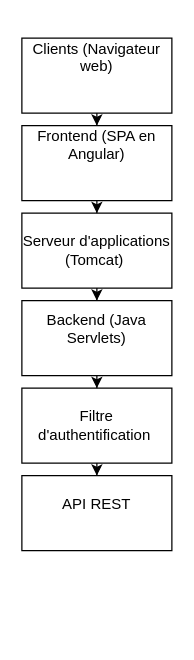
Earlier version of the draw.io diagram Shchema-technique-fonctionnel.drawio (Thibisault/Projet-8-diagrammes). Source tidied: cells renumbered, new cells numbered last; positions are measured from the earlier drawing's top-left corner, leaving out a move shared by most shapes. Both pictures are drawn from the tidied source at 125%, with x=0, y=0 at pixel (21, 38).
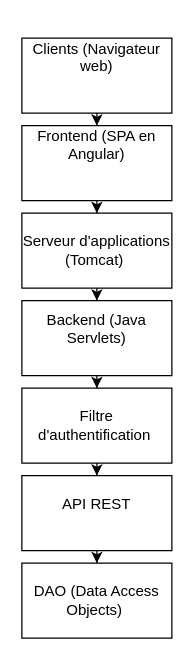
The same diagram, later.

Commit message (it also covers changes not shown here):
Mettre à jour Shchema-technique-fonctionnel.drawio

Diff of the diagram source:
```diff
@@
 <mxGraphModel>
   <root>
     <mxCell id="0" />
     <mxCell id="1" parent="0" />
     <mxCell id="2" style="edgeStyle=orthogonalEdgeStyle;rounded=0;jettySize=auto;html=1;exitX=0.5;exitY=1;exitDx=0;exitDy=0;" parent="1" edge="1" source="3" target="5">
       <mxGeometry relative="1" as="geometry" />
     </mxCell>
     <mxCell id="3" value="&#10;Clients (Navigateur web)&#10;&#10;&#10;" style="whiteSpace=wrap;html=1;" parent="1" vertex="1">
       <mxGeometry width="120" height="60" as="geometry" />
     </mxCell>
     <mxCell id="4" style="edgeStyle=orthogonalEdgeStyle;rounded=0;jettySize=auto;html=1;" parent="1" edge="1" source="5" target="7">
       <mxGeometry relative="1" as="geometry" />
     </mxCell>
     <mxCell id="5" value="&#10;Frontend (SPA en Angular)&#10;&#10;&#10;" style="whiteSpace=wrap;html=1;" parent="1" vertex="1">
       <mxGeometry y="70" width="120" height="60" as="geometry" />
     </mxCell>
     <mxCell id="6" style="edgeStyle=orthogonalEdgeStyle;rounded=0;jettySize=auto;html=1;" parent="1" edge="1" source="7" target="9">
       <mxGeometry relative="1" as="geometry" />
     </mxCell>
     <mxCell id="7" value="Serveur d'applications (Tomcat)&amp;nbsp;" style="whiteSpace=wrap;html=1;" parent="1" vertex="1">
       <mxGeometry y="140" width="120" height="60" as="geometry" />
     </mxCell>
     <mxCell id="8" style="edgeStyle=orthogonalEdgeStyle;rounded=0;jettySize=auto;html=1;" parent="1" edge="1" source="9" target="11">
       <mxGeometry relative="1" as="geometry" />
     </mxCell>
     <mxCell id="9" value="Backend (Java Servlets)&lt;div&gt;&lt;br/&gt;&lt;/div&gt;" style="whiteSpace=wrap;html=1;" parent="1" vertex="1">
       <mxGeometry y="210" width="120" height="60" as="geometry" />
     </mxCell>
     <mxCell id="10" style="edgeStyle=orthogonalEdgeStyle;rounded=0;jettySize=auto;html=1;" parent="1" edge="1" source="11" target="12">
       <mxGeometry relative="1" as="geometry" />
     </mxCell>
     <mxCell id="11" value="&lt;div&gt;Filtre d'authentification&amp;nbsp;&lt;br&gt;&lt;/div&gt;" style="whiteSpace=wrap;html=1;" parent="1" vertex="1">
       <mxGeometry y="280" width="120" height="60" as="geometry" />
     </mxCell>
+    <mxCell id="13" style="edgeStyle=orthogonalEdgeStyle;rounded=0;jettySize=auto;html=1;" parent="1" edge="1" source="12" target="14">
+      <mxGeometry relative="1" as="geometry" />
+    </mxCell>
     <mxCell id="12" value="&lt;div&gt;API REST&lt;br/&gt;&lt;br&gt;&lt;/div&gt;" style="whiteSpace=wrap;html=1;" parent="1" vertex="1">
       <mxGeometry y="350" width="120" height="60" as="geometry" />
     </mxCell>
+    <mxCell id="14" value="&lt;div&gt;DAO (Data Access Objects)&amp;nbsp;&lt;br&gt;&lt;/div&gt;" style="whiteSpace=wrap;html=1;" parent="1" vertex="1">
+      <mxGeometry y="420" width="120" height="60" as="geometry" />
+    </mxCell>
   </root>
 </mxGraphModel>
```
